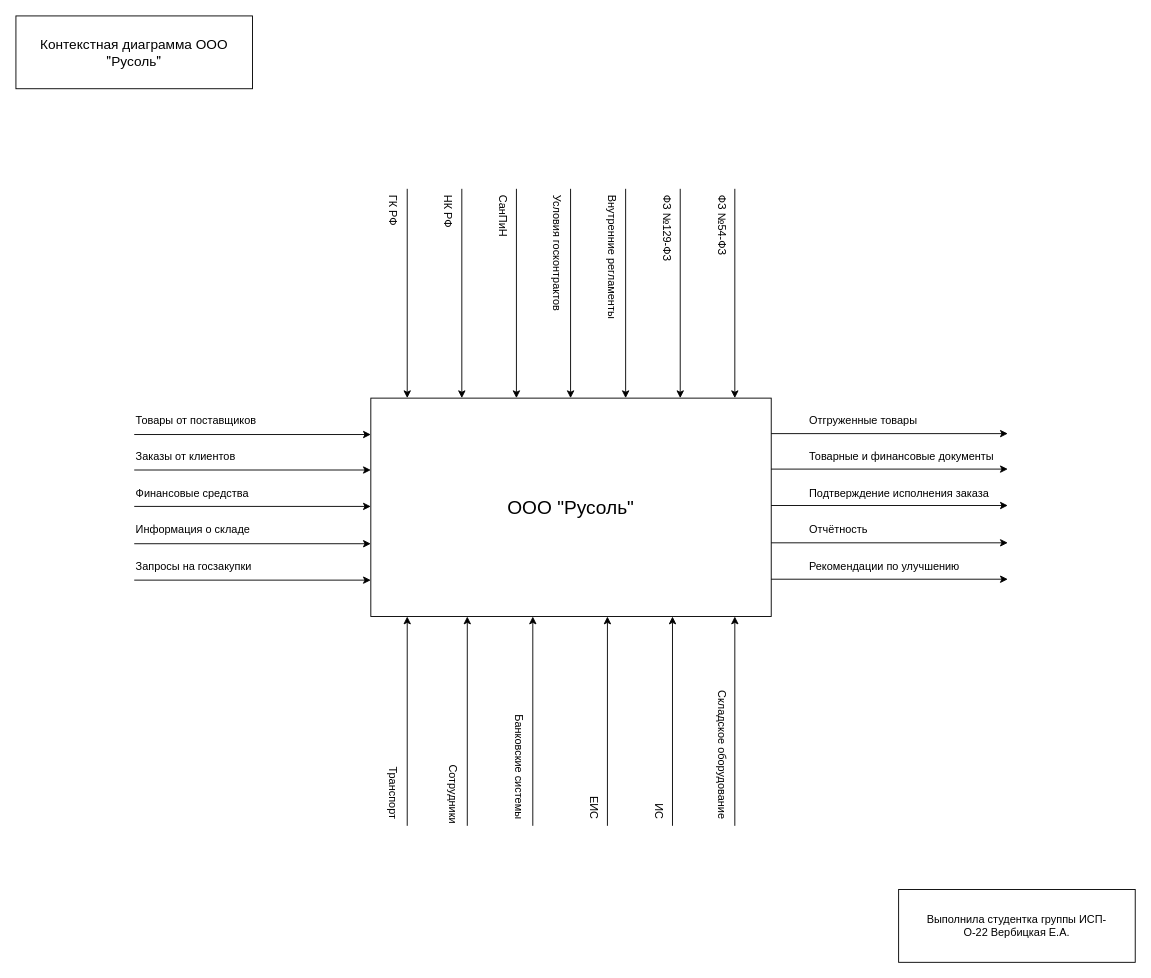
Above: page "контекстная диаграмма" (3 of 8) of media/Диаграммы.drawio in ColdenI/Diploma-IS-estate-agency (draw.io), before the change. Source tidied: cells renumbered, new cells numbered last; positions are measured from the earlier drawing's top-left corner, leaving out a move shared by most shapes. Both pictures are drawn from the tidied source at 91%, with x=0, y=0 at pixel (15, 15).
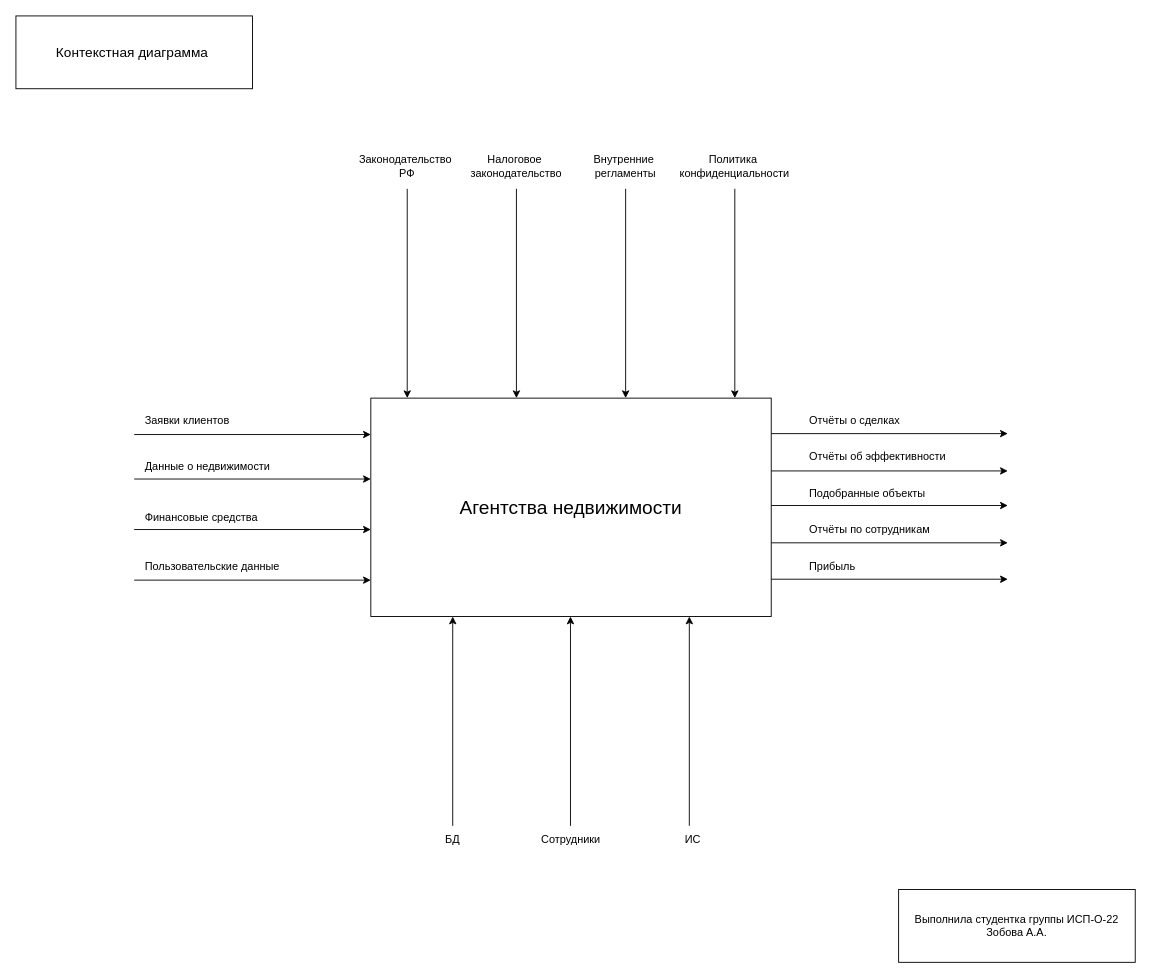
The same page after the edit.

Change to the diagram source:
```diff
@@
-    <mxCell id="2" value="ООО &quot;Русоль&quot;" style="rounded=0;whiteSpace=wrap;html=1;fontSize=21;" parent="1" vertex="1">
+    <mxCell id="2" value="&lt;div&gt;Агентства недвижимости&lt;/div&gt;" style="rounded=0;whiteSpace=wrap;html=1;fontSize=21;" parent="1" vertex="1">
       <mxGeometry x="390" y="420" width="440" height="240" as="geometry" />
     </mxCell>
@@
-    <mxCell id="4" style="endArrow=classic;html=1;rounded=0;" parent="1" edge="1">
-      <mxGeometry relative="1" as="geometry">
-        <mxPoint x="430" y="890" as="sourcePoint" />
-        <mxPoint x="430" y="660" as="targetPoint" />
-      </mxGeometry>
-    </mxCell>
-    <mxCell id="5" value="Товары от поставщиков" style="text;html=1;align=left;verticalAlign=middle;whiteSpace=wrap;rounded=0;" parent="1" vertex="1">
-      <mxGeometry x="130" y="430" width="200" height="30" as="geometry" />
+    <mxCell id="5" value="Заявки клиентов" style="text;html=1;align=left;verticalAlign=middle;whiteSpace=wrap;rounded=0;" parent="1" vertex="1">
+      <mxGeometry x="140" y="430" width="200" height="30" as="geometry" />
     </mxCell>
-    <mxCell id="6" value="Заказы от клиентов" style="text;html=1;align=left;verticalAlign=middle;whiteSpace=wrap;rounded=0;" parent="1" vertex="1">
-      <mxGeometry x="130" y="470" width="200" height="30" as="geometry" />
+    <mxCell id="6" value="Данные о недвижимости" style="text;html=1;align=left;verticalAlign=middle;whiteSpace=wrap;rounded=0;" parent="1" vertex="1">
+      <mxGeometry x="140" y="480" width="200" height="30" as="geometry" />
     </mxCell>
     <mxCell id="7" value="Финансовые средства" style="text;html=1;align=left;verticalAlign=middle;whiteSpace=wrap;rounded=0;" parent="1" vertex="1">
-      <mxGeometry x="130" y="510" width="200" height="30" as="geometry" />
+      <mxGeometry x="140" y="536" width="200" height="30" as="geometry" />
     </mxCell>
-    <mxCell id="8" value="Информация о складе" style="text;html=1;align=left;verticalAlign=middle;whiteSpace=wrap;rounded=0;" parent="1" vertex="1">
-      <mxGeometry x="130" y="550" width="200" height="30" as="geometry" />
+    <mxCell id="8" value="Пользовательские данные" style="text;html=1;align=left;verticalAlign=middle;whiteSpace=wrap;rounded=0;" parent="1" vertex="1">
+      <mxGeometry x="140" y="590" width="200" height="30" as="geometry" />
     </mxCell>
-    <mxCell id="9" value="Запросы на госзакупки" style="text;html=1;align=left;verticalAlign=middle;whiteSpace=wrap;rounded=0;" parent="1" vertex="1">
-      <mxGeometry x="130" y="590" width="200" height="30" as="geometry" />
-    </mxCell>
-    <mxCell id="10" value="Отгруженные товары" style="text;html=1;align=left;verticalAlign=middle;whiteSpace=wrap;rounded=0;" parent="1" vertex="1">
-      <mxGeometry x="870" y="430" width="200" height="30" as="geometry" />
-    </mxCell>
-    <mxCell id="11" value="Товарные и финансовые документы" style="text;html=1;align=left;verticalAlign=middle;whiteSpace=wrap;rounded=0;" parent="1" vertex="1">
-      <mxGeometry x="870" y="470" width="320" height="30" as="geometry" />
-    </mxCell>
-    <mxCell id="12" value="Рекомендации по улучшению" style="text;html=1;align=left;verticalAlign=middle;whiteSpace=wrap;rounded=0;" parent="1" vertex="1">
+    <mxCell id="12" value="Прибыль" style="text;html=1;align=left;verticalAlign=middle;whiteSpace=wrap;rounded=0;" parent="1" vertex="1">
       <mxGeometry x="870" y="590" width="200" height="30" as="geometry" />
     </mxCell>
-    <mxCell id="13" value="Подтверждение исполнения заказа" style="text;html=1;align=left;verticalAlign=middle;whiteSpace=wrap;rounded=0;" parent="1" vertex="1">
+    <mxCell id="13" value="Подобранные объекты" style="text;html=1;align=left;verticalAlign=middle;whiteSpace=wrap;rounded=0;" parent="1" vertex="1">
       <mxGeometry x="870" y="510" width="200" height="30" as="geometry" />
     </mxCell>
-    <mxCell id="14" value="Отчётность" style="text;html=1;align=left;verticalAlign=middle;whiteSpace=wrap;rounded=0;" parent="1" vertex="1">
+    <mxCell id="14" value="Отчёты по сотрудникам" style="text;html=1;align=left;verticalAlign=middle;whiteSpace=wrap;rounded=0;" parent="1" vertex="1">
       <mxGeometry x="870" y="550" width="200" height="30" as="geometry" />
     </mxCell>
-    <mxCell id="15" value="Сотрудники" style="text;html=1;align=right;verticalAlign=middle;whiteSpace=wrap;rounded=0;rotation=90;direction=south;" parent="1" vertex="1">
-      <mxGeometry x="385" y="780" width="190" height="30" as="geometry" />
-    </mxCell>
-    <mxCell id="16" value="Транспорт" style="text;html=1;align=right;verticalAlign=middle;whiteSpace=wrap;rounded=0;direction=east;rotation=90;" parent="1" vertex="1">
-      <mxGeometry x="315" y="770" width="200" height="30" as="geometry" />
-    </mxCell>
-    <mxCell id="17" value="ИС" style="text;html=1;align=right;verticalAlign=middle;whiteSpace=wrap;rounded=0;direction=east;rotation=90;" parent="1" vertex="1">
-      <mxGeometry x="607" y="770" width="200" height="30" as="geometry" />
+    <mxCell id="17" value="ИС" style="text;html=1;align=center;verticalAlign=middle;whiteSpace=wrap;rounded=0;direction=east;rotation=0;" parent="1" vertex="1">
+      <mxGeometry x="644" y="890" width="200" height="30" as="geometry" />
     </mxCell>
-    <mxCell id="18" value="Складское оборудование" style="text;html=1;align=right;verticalAlign=middle;whiteSpace=wrap;rounded=0;direction=east;rotation=90;" parent="1" vertex="1">
-      <mxGeometry x="676" y="770" width="200" height="30" as="geometry" />
+    <mxCell id="18" value="БД" style="text;html=1;align=center;verticalAlign=middle;whiteSpace=wrap;rounded=0;direction=east;rotation=0;" parent="1" vertex="1">
+      <mxGeometry x="380" y="890" width="200" height="30" as="geometry" />
     </mxCell>
-    <mxCell id="19" value="Банковские системы" style="text;html=1;align=right;verticalAlign=middle;whiteSpace=wrap;rounded=0;direction=east;rotation=90;" parent="1" vertex="1">
-      <mxGeometry x="453" y="770" width="200" height="30" as="geometry" />
+    <mxCell id="19" value="Сотрудники" style="text;html=1;align=center;verticalAlign=middle;whiteSpace=wrap;rounded=0;direction=east;rotation=0;" parent="1" vertex="1">
+      <mxGeometry x="510" y="890" width="200" height="30" as="geometry" />
     </mxCell>
-    <mxCell id="20" value="ЕИС" style="text;html=1;align=right;verticalAlign=middle;whiteSpace=wrap;rounded=0;direction=east;rotation=90;" parent="1" vertex="1">
-      <mxGeometry x="535" y="770" width="200" height="30" as="geometry" />
-    </mxCell>
@@
-    <mxCell id="22" value="ГК РФ" style="text;html=1;align=left;verticalAlign=middle;whiteSpace=wrap;rounded=0;rotation=90;" parent="1" vertex="1">
-      <mxGeometry x="315" y="280" width="200" height="30" as="geometry" />
+    <mxCell id="22" value="Законодательство&amp;nbsp;&lt;div&gt;РФ&lt;/div&gt;" style="text;html=1;align=center;verticalAlign=middle;whiteSpace=wrap;rounded=0;rotation=0;" parent="1" vertex="1">
+      <mxGeometry x="330" y="150" width="200" height="30" as="geometry" />
     </mxCell>
-    <mxCell id="23" value="НК РФ" style="text;html=1;align=left;verticalAlign=middle;whiteSpace=wrap;rounded=0;rotation=90;" parent="1" vertex="1">
-      <mxGeometry x="375" y="280" width="200" height="30" as="geometry" />
-    </mxCell>
-    <mxCell id="24" value="СанПиН" style="text;html=1;align=left;verticalAlign=middle;whiteSpace=wrap;rounded=0;rotation=90;" parent="1" vertex="1">
-      <mxGeometry x="435" y="280" width="200" height="30" as="geometry" />
+    <mxCell id="24" value="Политика&amp;nbsp;&lt;div&gt;конфиденциальности&lt;/div&gt;" style="text;html=1;align=center;verticalAlign=middle;whiteSpace=wrap;rounded=0;rotation=0;" parent="1" vertex="1">
+      <mxGeometry x="690" y="150" width="200" height="30" as="geometry" />
     </mxCell>
-    <mxCell id="25" value="Внутренние регламенты" style="text;html=1;align=left;verticalAlign=middle;whiteSpace=wrap;rounded=0;rotation=90;" parent="1" vertex="1">
-      <mxGeometry x="555" y="280" width="200" height="30" as="geometry" />
+    <mxCell id="25" value="Внутренние&amp;nbsp;&lt;div&gt;регламенты&lt;/div&gt;" style="text;html=1;align=center;verticalAlign=middle;whiteSpace=wrap;rounded=0;rotation=0;" parent="1" vertex="1">
+      <mxGeometry x="570" y="150" width="200" height="30" as="geometry" />
     </mxCell>
-    <mxCell id="26" value="Условия госконтрактов" style="text;html=1;align=left;verticalAlign=middle;whiteSpace=wrap;rounded=0;rotation=90;" parent="1" vertex="1">
-      <mxGeometry x="495" y="280" width="200" height="30" as="geometry" />
-    </mxCell>
-    <mxCell id="27" value="ФЗ №129-ФЗ" style="text;html=1;align=left;verticalAlign=middle;whiteSpace=wrap;rounded=0;rotation=90;" parent="1" vertex="1">
-      <mxGeometry x="616" y="280" width="200" height="30" as="geometry" />
-    </mxCell>
-    <mxCell id="28" value="ФЗ №54-ФЗ" style="text;html=1;align=left;verticalAlign=middle;whiteSpace=wrap;rounded=0;rotation=90;" parent="1" vertex="1">
-      <mxGeometry x="676" y="280" width="200" height="30" as="geometry" />
+    <mxCell id="28" value="Налоговое&amp;nbsp;&lt;div&gt;законодательство&lt;/div&gt;" style="text;html=1;align=center;verticalAlign=middle;whiteSpace=wrap;rounded=0;rotation=0;" parent="1" vertex="1">
+      <mxGeometry x="450" y="150" width="200" height="30" as="geometry" />
     </mxCell>
     <mxCell id="29" style="endArrow=classic;html=1;rounded=0;" parent="1" edge="1">
       <mxGeometry relative="1" as="geometry">
-        <mxPoint x="130" y="499" as="sourcePoint" />
-        <mxPoint x="390" y="499" as="targetPoint" />
+        <mxPoint x="130" y="508.9" as="sourcePoint" />
+        <mxPoint x="390" y="508.9" as="targetPoint" />
       </mxGeometry>
     </mxCell>
     <mxCell id="30" style="endArrow=classic;html=1;rounded=0;" parent="1" edge="1">
       <mxGeometry relative="1" as="geometry">
-        <mxPoint x="130" y="539" as="sourcePoint" />
-        <mxPoint x="390" y="539" as="targetPoint" />
+        <mxPoint x="130" y="564.4" as="sourcePoint" />
+        <mxPoint x="390" y="564.4" as="targetPoint" />
       </mxGeometry>
     </mxCell>
     <mxCell id="31" style="endArrow=classic;html=1;rounded=0;" parent="1" edge="1">
       <mxGeometry relative="1" as="geometry">
-        <mxPoint x="130" y="580" as="sourcePoint" />
-        <mxPoint x="390" y="580" as="targetPoint" />
+        <mxPoint x="130" y="620" as="sourcePoint" />
+        <mxPoint x="390" y="620" as="targetPoint" />
       </mxGeometry>
     </mxCell>
-    <mxCell id="32" style="endArrow=classic;html=1;rounded=0;" parent="1" edge="1">
-      <mxGeometry relative="1" as="geometry">
-        <mxPoint x="130" y="620" as="sourcePoint" />
-        <mxPoint x="390" y="620" as="targetPoint" />
-      </mxGeometry>
-    </mxCell>
@@
-    <mxCell id="34" style="endArrow=classic;html=1;rounded=0;" parent="1" edge="1">
-      <mxGeometry relative="1" as="geometry">
-        <mxPoint x="830" y="498" as="sourcePoint" />
-        <mxPoint x="1090" y="498" as="targetPoint" />
-      </mxGeometry>
-    </mxCell>
@@
-    <mxCell id="38" style="endArrow=classic;html=1;rounded=0;" parent="1" edge="1">
-      <mxGeometry relative="1" as="geometry">
-        <mxPoint x="496" y="890" as="sourcePoint" />
-        <mxPoint x="496" y="660" as="targetPoint" />
-      </mxGeometry>
-    </mxCell>
     <mxCell id="39" style="endArrow=classic;html=1;rounded=0;" parent="1" edge="1">
       <mxGeometry relative="1" as="geometry">
-        <mxPoint x="568" y="890" as="sourcePoint" />
-        <mxPoint x="568" y="660" as="targetPoint" />
+        <mxPoint x="609.4" y="890" as="sourcePoint" />
+        <mxPoint x="609.4" y="660" as="targetPoint" />
       </mxGeometry>
     </mxCell>
-    <mxCell id="40" style="endArrow=classic;html=1;rounded=0;" parent="1" edge="1">
-      <mxGeometry relative="1" as="geometry">
-        <mxPoint x="650" y="890" as="sourcePoint" />
-        <mxPoint x="650" y="660" as="targetPoint" />
-      </mxGeometry>
-    </mxCell>
     <mxCell id="41" style="endArrow=classic;html=1;rounded=0;" parent="1" edge="1">
       <mxGeometry relative="1" as="geometry">
-        <mxPoint x="721.5" y="890" as="sourcePoint" />
-        <mxPoint x="721.5" y="660" as="targetPoint" />
+        <mxPoint x="480" y="890" as="sourcePoint" />
+        <mxPoint x="480" y="660" as="targetPoint" />
       </mxGeometry>
     </mxCell>
     <mxCell id="42" style="endArrow=classic;html=1;rounded=0;" parent="1" edge="1">
       <mxGeometry relative="1" as="geometry">
-        <mxPoint x="790" y="890" as="sourcePoint" />
-        <mxPoint x="790" y="660" as="targetPoint" />
+        <mxPoint x="740" y="890" as="sourcePoint" />
+        <mxPoint x="740" y="660" as="targetPoint" />
       </mxGeometry>
     </mxCell>
@@
-    <mxCell id="44" style="endArrow=none;html=1;rounded=0;verticalAlign=middle;horizontal=1;endFill=0;startArrow=classic;startFill=1;" parent="1" edge="1">
-      <mxGeometry relative="1" as="geometry">
-        <mxPoint x="490" y="420" as="sourcePoint" />
-        <mxPoint x="490" y="190" as="targetPoint" />
-      </mxGeometry>
-    </mxCell>
@@
-    <mxCell id="46" style="endArrow=none;html=1;rounded=0;verticalAlign=middle;horizontal=1;endFill=0;startArrow=classic;startFill=1;" parent="1" edge="1">
-      <mxGeometry relative="1" as="geometry">
-        <mxPoint x="609.5" y="420" as="sourcePoint" />
-        <mxPoint x="609.5" y="190" as="targetPoint" />
-      </mxGeometry>
-    </mxCell>
@@
-    <mxCell id="48" style="endArrow=none;html=1;rounded=0;verticalAlign=middle;horizontal=1;endFill=0;startArrow=classic;startFill=1;" parent="1" edge="1">
-      <mxGeometry relative="1" as="geometry">
-        <mxPoint x="730" y="420" as="sourcePoint" />
-        <mxPoint x="730" y="190" as="targetPoint" />
-      </mxGeometry>
-    </mxCell>
-    <mxCell id="49" value="&lt;span style=&quot;font-family: &amp;quot;YS Text&amp;quot;, &amp;quot;Helvetica Neue&amp;quot;, Helvetica, Arial, sans-serif; font-size: 15px; text-align: left;&quot;&gt;Контекстная диаграмма ООО &quot;Русоль&quot;&lt;/span&gt;" style="rounded=0;whiteSpace=wrap;html=1;fontColor=default;labelBackgroundColor=none;" parent="1" vertex="1">
+    <mxCell id="49" value="&lt;span style=&quot;font-family: &amp;quot;YS Text&amp;quot;, &amp;quot;Helvetica Neue&amp;quot;, Helvetica, Arial, sans-serif; font-size: 15px; text-align: left;&quot;&gt;Контекстная диаграмма&amp;nbsp;&lt;/span&gt;" style="rounded=0;whiteSpace=wrap;html=1;fontColor=default;labelBackgroundColor=none;" parent="1" vertex="1">
       <mxGeometry width="260" height="80" as="geometry" />
     </mxCell>
-    <mxCell id="50" value="Выполнила студентка группы ИСП-О-22&amp;nbsp;Вербицкая Е.А." style="rounded=0;whiteSpace=wrap;html=1;" parent="1" vertex="1">
+    <mxCell id="50" value="Выполнила студентка группы ИСП-О-22 Зобова А.А." style="rounded=0;whiteSpace=wrap;html=1;" parent="1" vertex="1">
       <mxGeometry x="970" y="960" width="260" height="80" as="geometry" />
     </mxCell>
+    <mxCell id="51" value="Отчёты о сделках" style="text;html=1;align=left;verticalAlign=middle;whiteSpace=wrap;rounded=0;" parent="1" vertex="1">
+      <mxGeometry x="870" y="430" width="200" height="30" as="geometry" />
+    </mxCell>
+    <mxCell id="52" style="endArrow=classic;html=1;rounded=0;" parent="1" edge="1">
+      <mxGeometry relative="1" as="geometry">
+        <mxPoint x="830" y="500" as="sourcePoint" />
+        <mxPoint x="1090" y="500" as="targetPoint" />
+      </mxGeometry>
+    </mxCell>
+    <mxCell id="53" value="Отчёты об эффективности" style="text;html=1;align=left;verticalAlign=middle;whiteSpace=wrap;rounded=0;" parent="1" vertex="1">
+      <mxGeometry x="870" y="470" width="200" height="30" as="geometry" />
+    </mxCell>
```
